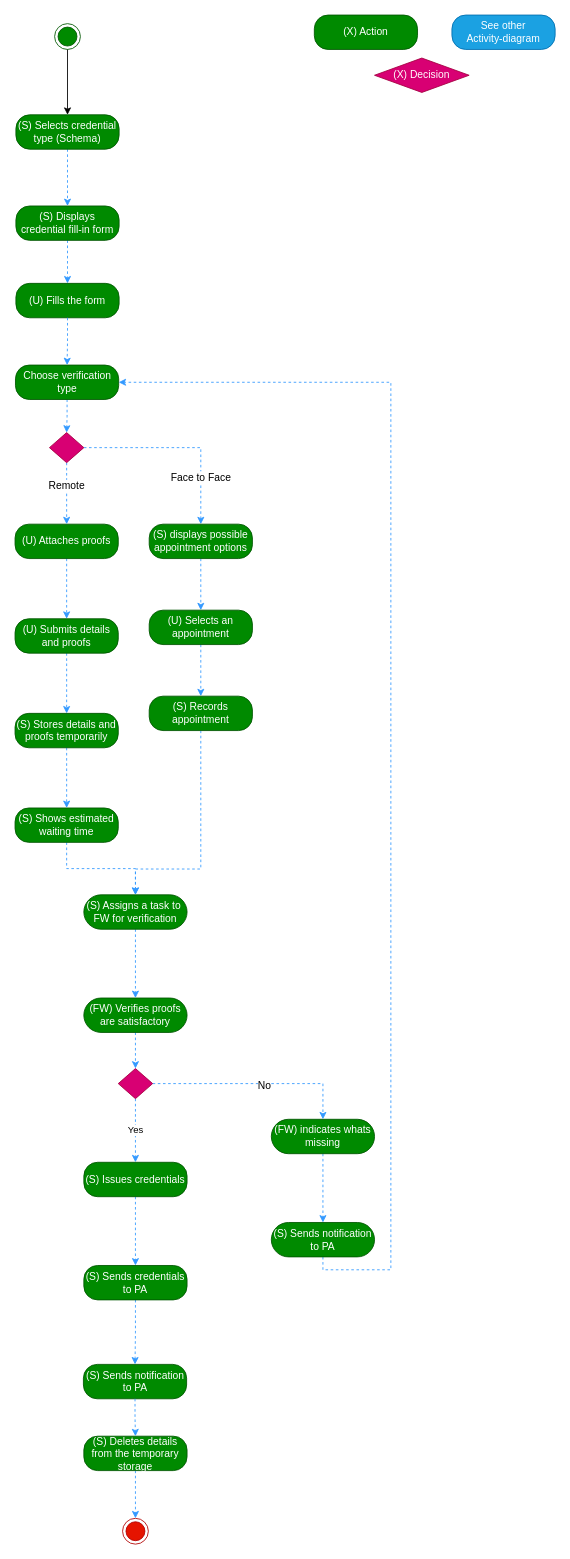
Above: Activity Diagrams/Get a credential activity.drawio in nsward/diagrams (draw.io), before the change. Source tidied: cells renumbered, new cells numbered last; positions are measured from the earlier drawing's top-left corner, leaving out a move shared by most shapes. Both pictures are drawn from the tidied source at 86%, with x=0, y=0 at pixel (15, 15).
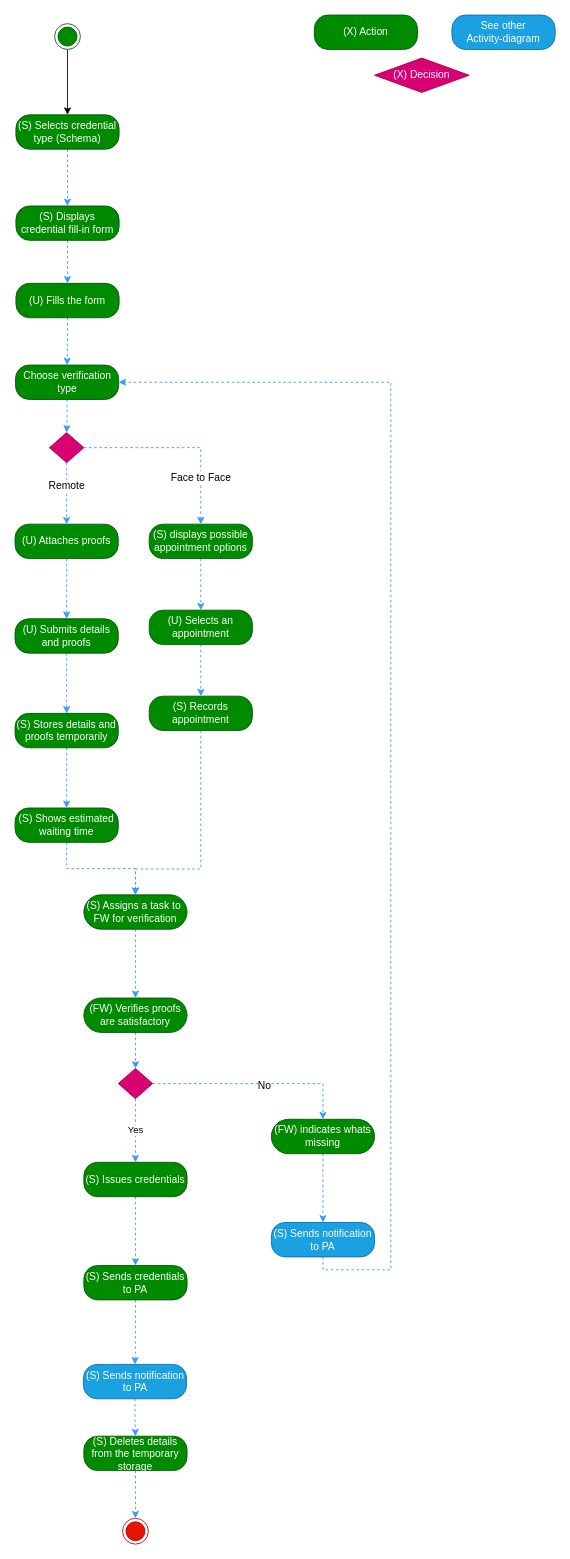
The same page after the edit.

Commit message:
Add notification step

The edit, as a diff of the source:
```diff
@@
-    <mxCell id="11" value="(S) Sends notification to PA&lt;br&gt;" style="rounded=1;whiteSpace=wrap;html=1;arcSize=40;fillColor=#008a00;strokeColor=#005700;fontColor=#ffffff;" parent="1" vertex="1">
+    <mxCell id="11" value="(S) Sends notification to PA&lt;br&gt;" style="rounded=1;whiteSpace=wrap;html=1;arcSize=40;fillColor=#1ba1e2;strokeColor=#006EAF;fontColor=#ffffff;" parent="1" vertex="1">
       <mxGeometry x="79.5" y="1569" width="120" height="40" as="geometry" />
     </mxCell>
@@
-    <mxCell id="48" value="(S) Sends notification to PA" style="rounded=1;whiteSpace=wrap;html=1;arcSize=50;fillColor=#008a00;strokeColor=#005700;fontColor=#ffffff;" parent="1" vertex="1">
+    <mxCell id="48" value="(S) Sends notification to PA" style="rounded=1;whiteSpace=wrap;html=1;arcSize=40;fillColor=#1ba1e2;strokeColor=#006EAF;fontColor=#ffffff;" parent="1" vertex="1">
       <mxGeometry x="298" y="1404" width="120" height="40" as="geometry" />
     </mxCell>
```
